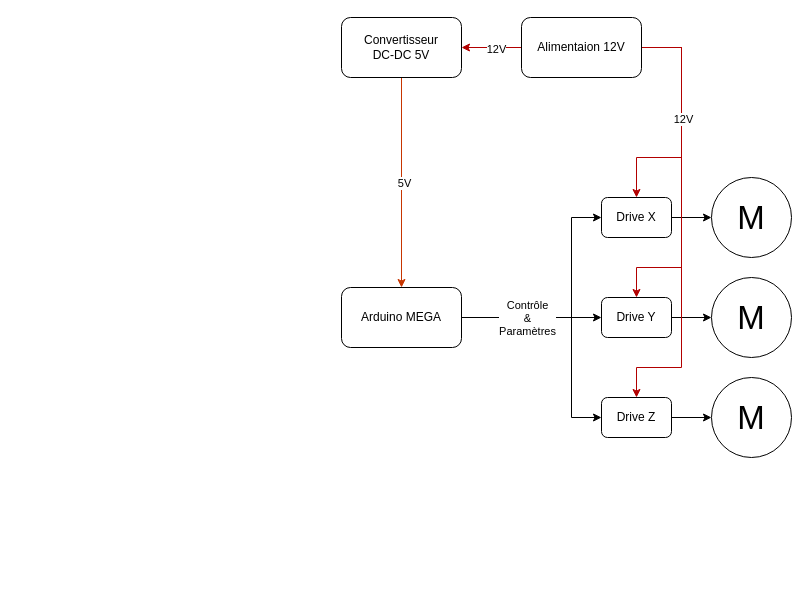
This is GROchet_Bloc_Diagram.drawio from GROchet/GROchet_PCB, a draw.io file, before an edit. Source tidied: cells renumbered, new cells numbered last; positions are measured from the earlier drawing's top-left corner, leaving out a move shared by most shapes. Both pictures are drawn from the tidied source at 100%, with x=0, y=0 at pixel (341, 17).
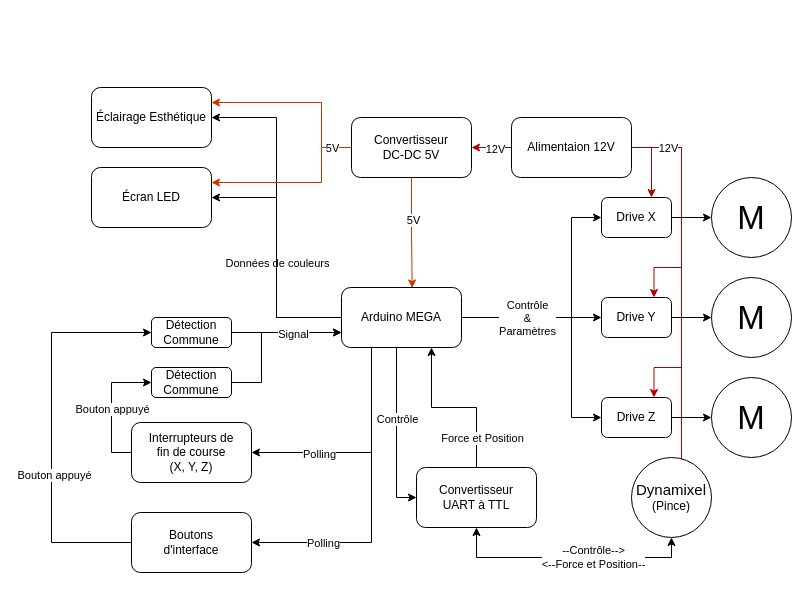
The same page after the edit.

Unchanged cells that the change refers to:
```xml
<mxCell id="6" value="Arduino MEGA" style="rounded=1;whiteSpace=wrap;html=1;" parent="1" vertex="1">
  <mxGeometry y="270" width="120" height="60" as="geometry" />
</mxCell>
<mxCell id="8" value="Drive X" style="rounded=1;whiteSpace=wrap;html=1;" parent="1" vertex="1">
  <mxGeometry x="260" y="180" width="70" height="40" as="geometry" />
</mxCell>
<mxCell id="11" value="Drive Y" style="rounded=1;whiteSpace=wrap;html=1;" parent="1" vertex="1">
  <mxGeometry x="260" y="280" width="70" height="40" as="geometry" />
</mxCell>
<mxCell id="14" value="Drive Z" style="rounded=1;whiteSpace=wrap;html=1;" parent="1" vertex="1">
  <mxGeometry x="260" y="380" width="70" height="40" as="geometry" />
</mxCell>
```

The edit, as a diff of the source:
```diff
@@
+    <mxCell id="26" style="edgeStyle=orthogonalEdgeStyle;rounded=0;jettySize=auto;html=1;entryX=1;entryY=0.5;entryDx=0;entryDy=0;" parent="1" edge="1" source="6" target="39">
+      <mxGeometry relative="1" as="geometry" />
+    </mxCell>
+    <mxCell id="27" value="Données de couleurs" style="edgeLabel;html=1;align=center;verticalAlign=middle;" parent="26" vertex="1">
+      <mxGeometry x="-0.01" y="1" relative="1" as="geometry">
+        <mxPoint x="1" y="4" as="offset" />
+      </mxGeometry>
+    </mxCell>
+    <mxCell id="28" style="edgeStyle=orthogonalEdgeStyle;rounded=0;jettySize=auto;html=1;entryX=1;entryY=0.5;entryDx=0;entryDy=0;" parent="1" edge="1" source="6" target="40">
+      <mxGeometry relative="1" as="geometry" />
+    </mxCell>
+    <mxCell id="29" style="edgeStyle=orthogonalEdgeStyle;rounded=0;jettySize=auto;html=1;entryX=0;entryY=0.5;entryDx=0;entryDy=0;" parent="1" edge="1" source="6" target="46">
+      <mxGeometry relative="1" as="geometry">
+        <Array as="points">
+          <mxPoint x="55" y="480" />
+        </Array>
+      </mxGeometry>
+    </mxCell>
+    <mxCell id="30" value="Contrôle" style="edgeLabel;html=1;align=center;verticalAlign=middle;" parent="29" vertex="1">
+      <mxGeometry x="-0.17" relative="1" as="geometry" />
+    </mxCell>
+    <mxCell id="31" style="edgeStyle=orthogonalEdgeStyle;rounded=0;jettySize=auto;html=1;entryX=1;entryY=0.5;entryDx=0;entryDy=0;exitX=0.25;exitY=1;exitDx=0;exitDy=0;" parent="1" edge="1" source="6" target="50">
+      <mxGeometry relative="1" as="geometry">
+        <Array as="points">
+          <mxPoint x="30" y="435" />
+        </Array>
+      </mxGeometry>
+    </mxCell>
+    <mxCell id="32" value="&lt;div&gt;Polling&lt;/div&gt;" style="edgeLabel;html=1;align=center;verticalAlign=middle;" parent="31" vertex="1">
+      <mxGeometry x="0.4" y="1" relative="1" as="geometry" />
+    </mxCell>
+    <mxCell id="33" style="edgeStyle=orthogonalEdgeStyle;rounded=0;jettySize=auto;html=1;entryX=1;entryY=0.5;entryDx=0;entryDy=0;exitX=0.25;exitY=1;exitDx=0;exitDy=0;" parent="1" edge="1" source="6" target="53">
+      <mxGeometry relative="1" as="geometry" />
+    </mxCell>
+    <mxCell id="34" value="Polling" style="edgeLabel;html=1;align=center;verticalAlign=middle;" parent="33" vertex="1">
+      <mxGeometry x="0.55" relative="1" as="geometry" />
+    </mxCell>
@@
-    <mxCell id="16" style="edgeStyle=orthogonalEdgeStyle;rounded=0;jettySize=auto;html=1;fillColor=#e51400;strokeColor=#B20000;" parent="1" edge="1" source="22" target="8">
+    <mxCell id="16" style="edgeStyle=orthogonalEdgeStyle;rounded=0;jettySize=auto;html=1;fillColor=#e51400;strokeColor=#B20000;exitX=1;exitY=0.5;exitDx=0;exitDy=0;" parent="1" edge="1" source="22" target="8">
       <mxGeometry relative="1" as="geometry">
         <Array as="points">
-          <mxPoint x="340" y="30" />
-          <mxPoint x="340" y="140" />
-          <mxPoint x="295" y="140" />
+          <mxPoint x="310" y="130" />
         </Array>
       </mxGeometry>
     </mxCell>
+    <mxCell id="20" style="edgeStyle=orthogonalEdgeStyle;rounded=0;jettySize=auto;html=1;fillColor=#e51400;strokeColor=#B20000;" parent="1" edge="1" source="22" target="25">
+      <mxGeometry relative="1" as="geometry" />
+    </mxCell>
+    <mxCell id="21" value="12V" style="edgeLabel;html=1;align=center;verticalAlign=middle;" parent="20" vertex="1">
+      <mxGeometry x="-0.15" y="1" relative="1" as="geometry" />
+    </mxCell>
-    <mxCell id="17" style="edgeStyle=orthogonalEdgeStyle;rounded=0;jettySize=auto;html=1;entryX=0.5;entryY=0;entryDx=0;entryDy=0;fillColor=#e51400;strokeColor=#B20000;" parent="1" edge="1" source="22" target="11">
+    <mxCell id="17" style="edgeStyle=orthogonalEdgeStyle;rounded=0;jettySize=auto;html=1;entryX=0.75;entryY=0;entryDx=0;entryDy=0;fillColor=#e51400;strokeColor=#B20000;" parent="1" edge="1" source="22" target="11">
       <mxGeometry relative="1" as="geometry">
         <Array as="points">
-          <mxPoint x="340" y="30" />
+          <mxPoint x="340" y="130" />
           <mxPoint x="340" y="250" />
-          <mxPoint x="295" y="250" />
+          <mxPoint x="313" y="250" />
+          <mxPoint x="313" y="280" />
         </Array>
       </mxGeometry>
     </mxCell>
-    <mxCell id="18" style="edgeStyle=orthogonalEdgeStyle;rounded=0;jettySize=auto;html=1;entryX=0.5;entryY=0;entryDx=0;entryDy=0;fillColor=#e51400;strokeColor=#B20000;" parent="1" edge="1" source="22" target="14">
+    <mxCell id="18" style="edgeStyle=orthogonalEdgeStyle;rounded=0;jettySize=auto;html=1;entryX=0.75;entryY=0;entryDx=0;entryDy=0;fillColor=#e51400;strokeColor=#B20000;" parent="1" edge="1" source="22" target="14">
       <mxGeometry relative="1" as="geometry">
         <Array as="points">
-          <mxPoint x="340" y="30" />
+          <mxPoint x="340" y="130" />
           <mxPoint x="340" y="350" />
-          <mxPoint x="295" y="350" />
+          <mxPoint x="313" y="350" />
         </Array>
       </mxGeometry>
     </mxCell>
+    <mxCell id="35" style="edgeStyle=orthogonalEdgeStyle;rounded=0;jettySize=auto;html=1;entryX=0.625;entryY=0;entryDx=0;entryDy=0;entryPerimeter=0;fillColor=#e51400;strokeColor=#B20000;" parent="1" edge="1" source="22" target="43">
+      <mxGeometry relative="1" as="geometry">
+        <Array as="points">
+          <mxPoint x="340" y="130" />
+          <mxPoint x="340" y="500" />
+        </Array>
+      </mxGeometry>
+    </mxCell>
-    <mxCell id="19" value="12V" style="edgeLabel;html=1;align=center;verticalAlign=middle;" parent="18" vertex="1">
-      <mxGeometry x="-0.49" y="1" relative="1" as="geometry" />
+    <mxCell id="19" value="&lt;div&gt;12V&lt;/div&gt;" style="edgeLabel;html=1;align=center;verticalAlign=middle;" parent="35" vertex="1">
+      <mxGeometry x="-0.8" y="-1" relative="1" as="geometry">
+        <mxPoint x="-12" y="-1" as="offset" />
+      </mxGeometry>
     </mxCell>
-    <mxCell id="20" style="edgeStyle=orthogonalEdgeStyle;rounded=0;jettySize=auto;html=1;fillColor=#e51400;strokeColor=#B20000;" parent="1" edge="1" source="22" target="25">
-      <mxGeometry relative="1" as="geometry" />
-    </mxCell>
-    <mxCell id="21" value="12V" style="edgeLabel;html=1;align=center;verticalAlign=middle;" parent="20" vertex="1">
-      <mxGeometry x="-0.15" y="1" relative="1" as="geometry" />
-    </mxCell>
     <mxCell id="22" value="Alimentaion 12V" style="rounded=1;whiteSpace=wrap;html=1;" parent="1" vertex="1">
-      <mxGeometry x="180" width="120" height="60" as="geometry" />
+      <mxGeometry x="170" y="100" width="120" height="60" as="geometry" />
     </mxCell>
+    <mxCell id="36" style="edgeStyle=orthogonalEdgeStyle;rounded=0;jettySize=auto;html=1;entryX=1;entryY=0.25;entryDx=0;entryDy=0;fillColor=#fa6800;strokeColor=#C73500;exitX=0;exitY=0.5;exitDx=0;exitDy=0;" parent="1" edge="1" source="25" target="40">
+      <mxGeometry relative="1" as="geometry">
+        <Array as="points">
+          <mxPoint x="-20" y="130" />
+          <mxPoint x="-20" y="85" />
+        </Array>
+      </mxGeometry>
+    </mxCell>
+    <mxCell id="37" style="edgeStyle=orthogonalEdgeStyle;rounded=0;jettySize=auto;html=1;entryX=1;entryY=0.25;entryDx=0;entryDy=0;fillColor=#fa6800;strokeColor=#C73500;" parent="1" edge="1" source="25" target="39">
+      <mxGeometry relative="1" as="geometry">
+        <Array as="points">
+          <mxPoint x="-20" y="130" />
+          <mxPoint x="-20" y="165" />
+        </Array>
+      </mxGeometry>
+    </mxCell>
+    <mxCell id="38" value="5V" style="edgeLabel;html=1;align=center;verticalAlign=middle;" parent="37" vertex="1">
+      <mxGeometry x="-0.6" y="1" relative="1" as="geometry">
+        <mxPoint x="9" y="-5" as="offset" />
+      </mxGeometry>
+    </mxCell>
+    <mxCell id="25" value="&lt;div&gt;Convertisseur&lt;/div&gt;&lt;div&gt;DC-DC 5V&lt;/div&gt;" style="rounded=1;whiteSpace=wrap;html=1;" parent="1" vertex="1">
+      <mxGeometry x="10" y="100" width="120" height="60" as="geometry" />
+    </mxCell>
+    <mxCell id="39" value="Écran LED" style="rounded=1;whiteSpace=wrap;html=1;" parent="1" vertex="1">
+      <mxGeometry x="-250" y="150" width="120" height="60" as="geometry" />
+    </mxCell>
+    <mxCell id="40" value="Éclairage Esthétique" style="rounded=1;whiteSpace=wrap;html=1;" parent="1" vertex="1">
+      <mxGeometry x="-250" y="70" width="120" height="60" as="geometry" />
+    </mxCell>
+    <mxCell id="41" style="edgeStyle=orthogonalEdgeStyle;rounded=0;jettySize=auto;html=1;entryX=0.5;entryY=1;entryDx=0;entryDy=0;exitX=0.5;exitY=1;exitDx=0;exitDy=0;startArrow=classic;startFill=1;" parent="1" edge="1" source="43" target="46">
+      <mxGeometry relative="1" as="geometry" />
+    </mxCell>
+    <mxCell id="42" value="--Contrôle--&amp;gt;&lt;div&gt;&amp;lt;--Force et Position--&lt;/div&gt;" style="edgeLabel;html=1;align=center;verticalAlign=middle;" parent="41" vertex="1">
+      <mxGeometry x="-0.19" y="-1" relative="1" as="geometry" />
+    </mxCell>
+    <mxCell id="43" value="&lt;div&gt;&lt;font style=&quot;font-size: 15px;&quot;&gt;Dynamixel&lt;/font&gt;&lt;/div&gt;(Pince)" style="ellipse;whiteSpace=wrap;html=1;" parent="1" vertex="1">
+      <mxGeometry x="290" y="440" width="80" height="80" as="geometry" />
+    </mxCell>
+    <mxCell id="44" style="edgeStyle=orthogonalEdgeStyle;rounded=0;jettySize=auto;html=1;entryX=0.75;entryY=1;entryDx=0;entryDy=0;" parent="1" edge="1" source="46" target="6">
+      <mxGeometry relative="1" as="geometry" />
+    </mxCell>
+    <mxCell id="45" value="Force et Position" style="edgeLabel;html=1;align=center;verticalAlign=middle;" parent="44" vertex="1">
+      <mxGeometry x="-0.05" y="-2" relative="1" as="geometry">
+        <mxPoint x="23" y="32" as="offset" />
+      </mxGeometry>
+    </mxCell>
+    <mxCell id="46" value="&lt;div&gt;Convertisseur&lt;/div&gt;&lt;div&gt;UART à TTL&lt;/div&gt;" style="rounded=1;whiteSpace=wrap;html=1;" parent="1" vertex="1">
+      <mxGeometry x="75" y="450" width="120" height="60" as="geometry" />
+    </mxCell>
-    <mxCell id="23" style="edgeStyle=orthogonalEdgeStyle;rounded=0;jettySize=auto;html=1;entryX=0.5;entryY=0;entryDx=0;entryDy=0;fillColor=#fa6800;strokeColor=#C73500;" parent="1" edge="1" source="25" target="6">
+    <mxCell id="23" style="edgeStyle=orthogonalEdgeStyle;rounded=0;jettySize=auto;html=1;entryX=0.589;entryY=0.008;entryDx=0;entryDy=0;entryPerimeter=0;fillColor=#fa6800;strokeColor=#C73500;" parent="1" edge="1" source="25" target="6">
       <mxGeometry relative="1" as="geometry" />
     </mxCell>
-    <mxCell id="24" value="5V" style="edgeLabel;html=1;align=center;verticalAlign=middle;" parent="23" vertex="1">
-      <mxGeometry y="2" relative="1" as="geometry" />
-    </mxCell>
-    <mxCell id="25" value="&lt;div&gt;Convertisseur&lt;/div&gt;&lt;div&gt;DC-DC 5V&lt;/div&gt;" style="rounded=1;whiteSpace=wrap;html=1;" parent="1" vertex="1">
-      <mxGeometry width="120" height="60" as="geometry" />
-    </mxCell>
+    <mxCell id="47" value="5V" style="edgeLabel;html=1;align=center;verticalAlign=middle;" parent="23" vertex="1">
+      <mxGeometry x="-0.24" y="1" relative="1" as="geometry" />
+    </mxCell>
+    <mxCell id="48" style="edgeStyle=orthogonalEdgeStyle;rounded=0;jettySize=auto;html=1;entryX=0;entryY=0.5;entryDx=0;entryDy=0;exitX=0;exitY=0.5;exitDx=0;exitDy=0;" parent="1" edge="1" source="50" target="58">
+      <mxGeometry relative="1" as="geometry" />
+    </mxCell>
+    <mxCell id="49" value="Bouton appuyé" style="edgeLabel;html=1;align=center;verticalAlign=middle;" parent="48" vertex="1">
+      <mxGeometry x="-0.07" relative="1" as="geometry">
+        <mxPoint y="-4" as="offset" />
+      </mxGeometry>
+    </mxCell>
+    <mxCell id="50" value="&lt;div&gt;Interrupteurs de&lt;/div&gt;&lt;div&gt;fin de course&lt;/div&gt;&lt;div&gt;(X, Y, Z)&lt;/div&gt;" style="rounded=1;whiteSpace=wrap;html=1;" parent="1" vertex="1">
+      <mxGeometry x="-210" y="405" width="120" height="60" as="geometry" />
+    </mxCell>
+    <mxCell id="51" style="edgeStyle=orthogonalEdgeStyle;rounded=0;jettySize=auto;html=1;entryX=0;entryY=0.5;entryDx=0;entryDy=0;exitX=0;exitY=0.5;exitDx=0;exitDy=0;" parent="1" edge="1" source="53" target="55">
+      <mxGeometry relative="1" as="geometry">
+        <Array as="points">
+          <mxPoint x="-290" y="525" />
+          <mxPoint x="-290" y="315" />
+        </Array>
+      </mxGeometry>
+    </mxCell>
+    <mxCell id="52" value="Bouton appuyé" style="edgeLabel;html=1;align=center;verticalAlign=middle;" parent="51" vertex="1">
+      <mxGeometry x="-0.24" y="-2" relative="1" as="geometry" />
+    </mxCell>
+    <mxCell id="53" value="&lt;div&gt;Boutons&lt;/div&gt;&lt;div&gt;d'interface&lt;/div&gt;" style="rounded=1;whiteSpace=wrap;html=1;" parent="1" vertex="1">
+      <mxGeometry x="-210" y="495" width="120" height="60" as="geometry" />
+    </mxCell>
+    <mxCell id="54" style="edgeStyle=orthogonalEdgeStyle;rounded=0;jettySize=auto;html=1;" parent="1" edge="1" source="55">
+      <mxGeometry relative="1" as="geometry">
+        <mxPoint y="315" as="targetPoint" />
+      </mxGeometry>
+    </mxCell>
+    <mxCell id="55" value="Détection Commune" style="rounded=1;whiteSpace=wrap;html=1;" parent="1" vertex="1">
+      <mxGeometry x="-190" y="300" width="80" height="30" as="geometry" />
+    </mxCell>
+    <mxCell id="56" style="edgeStyle=orthogonalEdgeStyle;rounded=0;jettySize=auto;html=1;entryX=0;entryY=0.75;entryDx=0;entryDy=0;" parent="1" edge="1" source="58" target="6">
+      <mxGeometry relative="1" as="geometry">
+        <Array as="points">
+          <mxPoint x="-80" y="365" />
+          <mxPoint x="-80" y="315" />
+        </Array>
+      </mxGeometry>
+    </mxCell>
+    <mxCell id="57" value="Signal" style="edgeLabel;html=1;align=center;verticalAlign=middle;" parent="56" vertex="1">
+      <mxGeometry x="0.39" y="-1" relative="1" as="geometry" />
+    </mxCell>
+    <mxCell id="58" value="Détection Commune" style="rounded=1;whiteSpace=wrap;html=1;" parent="1" vertex="1">
+      <mxGeometry x="-190" y="350" width="80" height="30" as="geometry" />
+    </mxCell>
```
